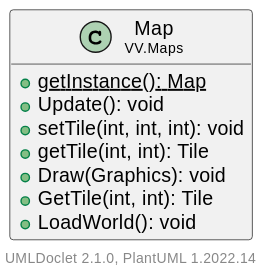
Earlier version of the PlantUML export docs/VV/Maps/Map.svg (vieruuuu/valentin-vulture).
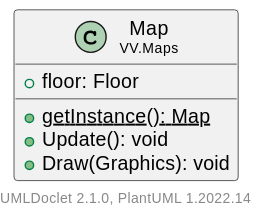
After the change.

Diff of the diagram source:
```diff
@@ -4,13 +4,10 @@
     hide empty methods
 
     class "<size:14>Map\n<size:10>VV.Maps" as VV.Maps.Map [[Map.html]] {
+        +floor: Floor
         {static} +getInstance(): Map
         +Update(): void
-        +setTile(int, int, int): void
-        +getTile(int, int): Tile
         +Draw(Graphics): void
-        +GetTile(int, int): Tile
-        +LoadWorld(): void
     }
 
     center footer UMLDoclet 2.1.0, PlantUML %version()
```
